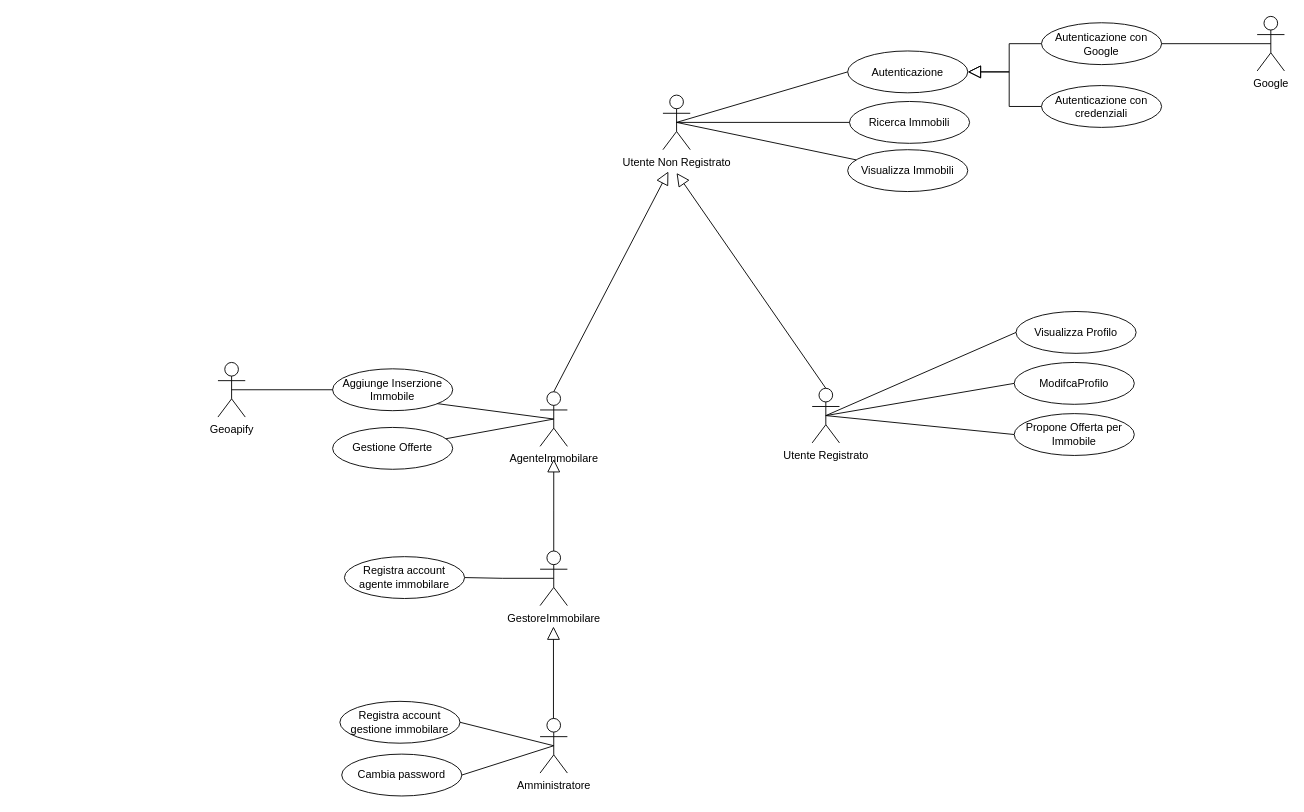
The draw.io diagram documentazione/use-case.drawio in Lucalorenzo004/DietiEstates25, before the edit. Source tidied: cells renumbered, new cells numbered last; positions are measured from the earlier drawing's top-left corner, leaving out a move shared by most shapes. Both pictures are drawn from the tidied source at 91%, with x=0, y=0 at pixel (217, 15).
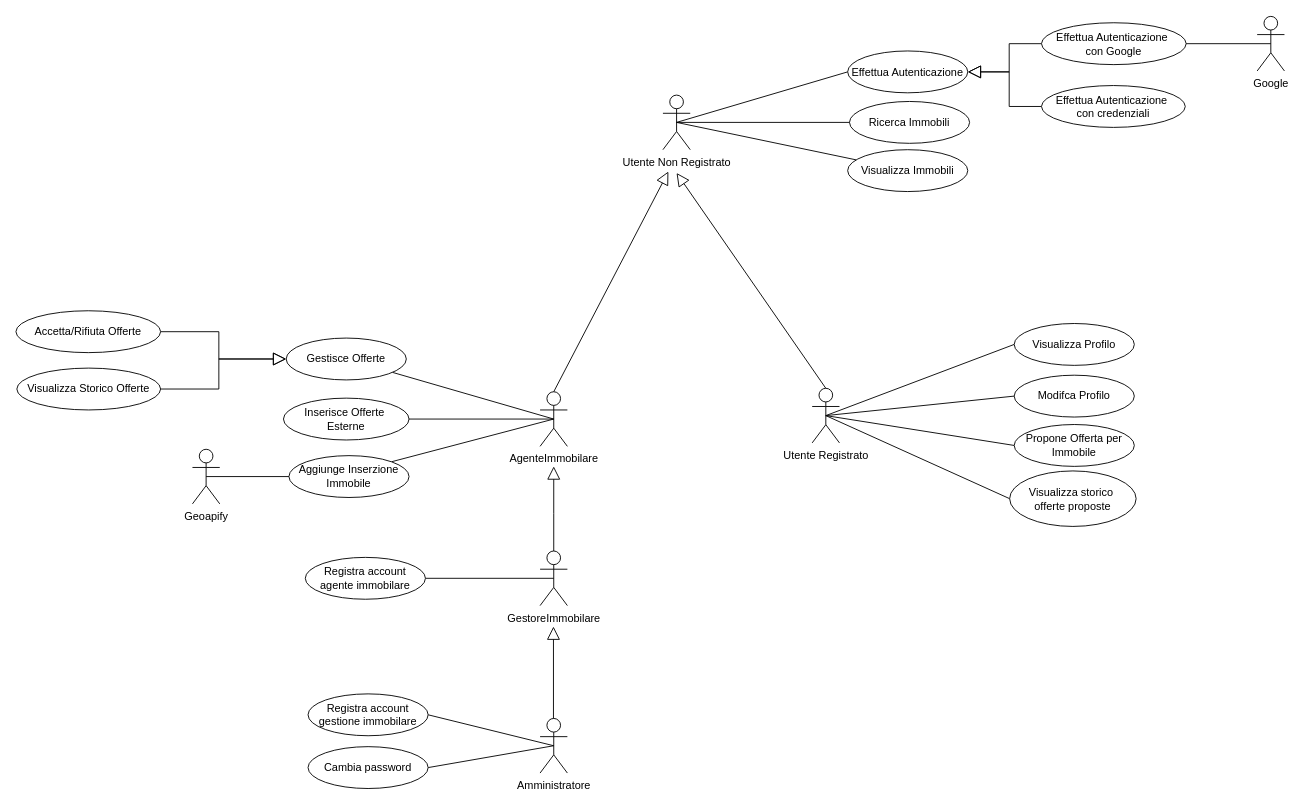
After the change.

Commit message:
aggiunti casi d'uso per l'utente e l'agente immobiliare

The change refers to these unchanged cells:
```xml
<mxCell id="9" value="Utente Registrato" style="shape=umlActor;verticalLabelPosition=bottom;verticalAlign=top;html=1;" parent="1" vertex="1">
  <mxGeometry x="653" y="409.2" width="30" height="60" as="geometry" />
</mxCell>
<mxCell id="12" value="AgenteImmobilare" style="shape=umlActor;verticalLabelPosition=bottom;verticalAlign=top;html=1;" parent="1" vertex="1">
  <mxGeometry x="354" y="413" width="30" height="60" as="geometry" />
</mxCell>
<mxCell id="15" value="GestoreImmobilare" style="shape=umlActor;verticalLabelPosition=bottom;verticalAlign=top;html=1;" parent="1" vertex="1">
  <mxGeometry x="354" y="588" width="30" height="60" as="geometry" />
</mxCell>
```

Change to the diagram source:
```diff
@@
-    <mxCell id="10" style="shape=connector;rounded=0;jettySize=auto;html=1;exitX=0.5;exitY=0.5;exitDx=0;exitDy=0;exitPerimeter=0;entryX=0;entryY=0.5;entryDx=0;entryDy=0;labelBackgroundColor=default;strokeColor=default;align=center;verticalAlign=middle;fontFamily=Helvetica;fontSize=11;fontColor=default;endArrow=none;endFill=0;" parent="1" edge="1" source="12" target="18">
+    <mxCell id="10" style="shape=connector;rounded=0;jettySize=auto;html=1;exitX=0.5;exitY=0.5;exitDx=0;exitDy=0;exitPerimeter=0;entryX=1;entryY=0;entryDx=0;entryDy=0;labelBackgroundColor=default;strokeColor=default;align=center;verticalAlign=middle;fontFamily=Helvetica;fontSize=11;fontColor=default;endArrow=none;endFill=0;" parent="1" edge="1" source="12" target="18">
       <mxGeometry relative="1" as="geometry" />
     </mxCell>
@@
     <mxCell id="14" style="edgeStyle=orthogonalEdgeStyle;shape=connector;rounded=0;jettySize=auto;html=1;exitX=0.5;exitY=0;exitDx=0;exitDy=0;exitPerimeter=0;labelBackgroundColor=default;strokeColor=default;align=center;verticalAlign=middle;fontFamily=Helvetica;fontSize=11;fontColor=default;endArrow=block;endFill=0;endSize=12;" parent="1" edge="1" source="15">
       <mxGeometry relative="1" as="geometry">
-        <mxPoint x="369" y="487" as="targetPoint" />
+        <mxPoint x="369" y="495" as="targetPoint" />
       </mxGeometry>
     </mxCell>
@@
     <mxCell id="16" value="Registra account&lt;br&gt;agente immobilare" style="ellipse;html=1;whiteSpace=wrap;" parent="1" vertex="1">
-      <mxGeometry x="139" y="594.2" width="132" height="46" as="geometry" />
+      <mxGeometry x="96" y="595" width="132" height="46" as="geometry" />
     </mxCell>
     <mxCell id="17" value="Propone Offerta per Immobile" style="ellipse;html=1;whiteSpace=wrap;" parent="1" vertex="1">
-      <mxGeometry x="875" y="437" width="132" height="46" as="geometry" />
+      <mxGeometry x="875" y="449" width="132" height="46" as="geometry" />
     </mxCell>
     <mxCell id="18" value="Aggiunge Inserzione&lt;br&gt;Immobile" style="ellipse;html=1;whiteSpace=wrap;" parent="1" vertex="1">
-      <mxGeometry x="126" y="387.8" width="132" height="46" as="geometry" />
+      <mxGeometry x="78" y="483.2" width="132" height="46" as="geometry" />
     </mxCell>
-    <mxCell id="19" value="Gestione Offerte" style="ellipse;html=1;whiteSpace=wrap;" parent="1" vertex="1">
-      <mxGeometry x="126" y="452.2" width="132" height="46" as="geometry" />
+    <mxCell id="19" value="Gestisce Offerte" style="ellipse;html=1;whiteSpace=wrap;" parent="1" vertex="1">
+      <mxGeometry x="75" y="354" width="132" height="46" as="geometry" />
     </mxCell>
     <mxCell id="20" value="Registra account&lt;br&gt;gestione immobilare" style="ellipse;html=1;whiteSpace=wrap;" parent="1" vertex="1">
-      <mxGeometry x="134" y="753.2" width="132" height="46" as="geometry" />
+      <mxGeometry x="99" y="745" width="132" height="46" as="geometry" />
     </mxCell>
@@
     <mxCell id="22" value="Cambia password" style="ellipse;html=1;whiteSpace=wrap;" parent="1" vertex="1">
-      <mxGeometry x="136" y="811.2" width="132" height="46" as="geometry" />
+      <mxGeometry x="99" y="803" width="132" height="46" as="geometry" />
     </mxCell>
     <mxCell id="23" value="Visualizza Profilo" style="ellipse;html=1;whiteSpace=wrap;" parent="1" vertex="1">
-      <mxGeometry x="877" y="324.8" width="132" height="46" as="geometry" />
+      <mxGeometry x="875" y="338" width="132" height="46" as="geometry" />
     </mxCell>
-    <mxCell id="24" value="ModifcaProfilo" style="ellipse;html=1;whiteSpace=wrap;" parent="1" vertex="1">
-      <mxGeometry x="875" y="380.8" width="132" height="46" as="geometry" />
+    <mxCell id="24" value="Modifca Profilo" style="ellipse;html=1;whiteSpace=wrap;" parent="1" vertex="1">
+      <mxGeometry x="875" y="394.8" width="132" height="46" as="geometry" />
     </mxCell>
     <mxCell id="25" value="Geoapify" style="shape=umlActor;verticalLabelPosition=bottom;verticalAlign=top;html=1;" parent="1" vertex="1">
-      <mxGeometry y="380.8" width="30" height="60" as="geometry" />
+      <mxGeometry x="-28" y="476.2" width="30" height="60" as="geometry" />
     </mxCell>
@@
-    <mxCell id="33" value="Autenticazione" style="ellipse;html=1;whiteSpace=wrap;" parent="1" vertex="1">
+    <mxCell id="33" value="Effettua Autenticazione" style="ellipse;html=1;whiteSpace=wrap;" parent="1" vertex="1">
       <mxGeometry x="692" y="38.5" width="132" height="46" as="geometry" />
     </mxCell>
@@
-    <mxCell id="35" value="Autenticazione con Google" style="ellipse;html=1;whiteSpace=wrap;" parent="1" vertex="1">
-      <mxGeometry x="905" y="7.5" width="132" height="46" as="geometry" />
+    <mxCell id="35" value="Effettua Autenticazione&amp;nbsp;&lt;div&gt;con Google&lt;/div&gt;" style="ellipse;html=1;whiteSpace=wrap;" parent="1" vertex="1">
+      <mxGeometry x="905" y="7.5" width="159" height="46" as="geometry" />
     </mxCell>
@@
-    <mxCell id="37" value="Autenticazione con credenziali" style="ellipse;html=1;whiteSpace=wrap;" parent="1" vertex="1">
-      <mxGeometry x="905" y="76.5" width="132" height="46" as="geometry" />
+    <mxCell id="37" value="Effettua Autenticazione&amp;nbsp;&lt;div&gt;con credenziali&lt;/div&gt;" style="ellipse;html=1;whiteSpace=wrap;" parent="1" vertex="1">
+      <mxGeometry x="905" y="76.5" width="158" height="46" as="geometry" />
     </mxCell>
@@
+    <mxCell id="41" style="endArrow=none;html=1;rounded=0;exitX=0.5;exitY=0.5;exitDx=0;exitDy=0;exitPerimeter=0;entryX=0;entryY=0.5;entryDx=0;entryDy=0;" parent="1" edge="1" source="9" target="42">
+      <mxGeometry relative="1" as="geometry" />
+    </mxCell>
+    <mxCell id="42" value="Visualizza storico&amp;nbsp;&lt;div&gt;offerte proposte&lt;/div&gt;" style="ellipse;html=1;whiteSpace=wrap;" parent="1" vertex="1">
+      <mxGeometry x="870" y="500" width="139" height="61" as="geometry" />
+    </mxCell>
+    <mxCell id="43" value="Inserisce Offerte&amp;nbsp;&lt;div&gt;Esterne&lt;/div&gt;" style="ellipse;html=1;whiteSpace=wrap;" parent="1" vertex="1">
+      <mxGeometry x="72" y="420" width="138" height="46" as="geometry" />
+    </mxCell>
+    <mxCell id="44" style="endArrow=none;html=1;rounded=0;exitX=1;exitY=0.5;exitDx=0;exitDy=0;entryX=0.5;entryY=0.5;entryDx=0;entryDy=0;entryPerimeter=0;" parent="1" edge="1" source="43" target="12">
+      <mxGeometry relative="1" as="geometry" />
+    </mxCell>
+    <mxCell id="45" style="edgeStyle=orthogonalEdgeStyle;shape=connector;rounded=0;jettySize=auto;html=1;exitX=1;exitY=0.5;exitDx=0;exitDy=0;entryX=0;entryY=0.5;entryDx=0;entryDy=0;labelBackgroundColor=default;strokeColor=default;align=center;verticalAlign=middle;fontFamily=Helvetica;fontSize=11;fontColor=default;endArrow=block;endFill=0;endSize=12;" parent="1" edge="1" source="46" target="19">
+      <mxGeometry relative="1" as="geometry" />
+    </mxCell>
+    <mxCell id="46" value="Accetta/Rifiuta Offerte" style="ellipse;html=1;whiteSpace=wrap;" parent="1" vertex="1">
+      <mxGeometry x="-222" y="324" width="159" height="46" as="geometry" />
+    </mxCell>
+    <mxCell id="47" style="edgeStyle=orthogonalEdgeStyle;shape=connector;rounded=0;jettySize=auto;html=1;exitX=1;exitY=0.5;exitDx=0;exitDy=0;entryX=0;entryY=0.5;entryDx=0;entryDy=0;labelBackgroundColor=default;strokeColor=default;align=center;verticalAlign=middle;fontFamily=Helvetica;fontSize=11;fontColor=default;endArrow=block;endFill=0;endSize=12;" parent="1" edge="1" source="48" target="19">
+      <mxGeometry relative="1" as="geometry" />
+    </mxCell>
+    <mxCell id="48" value="Visualizza Storico Offerte" style="ellipse;html=1;whiteSpace=wrap;" parent="1" vertex="1">
+      <mxGeometry x="-221" y="387" width="158" height="46" as="geometry" />
+    </mxCell>
```
